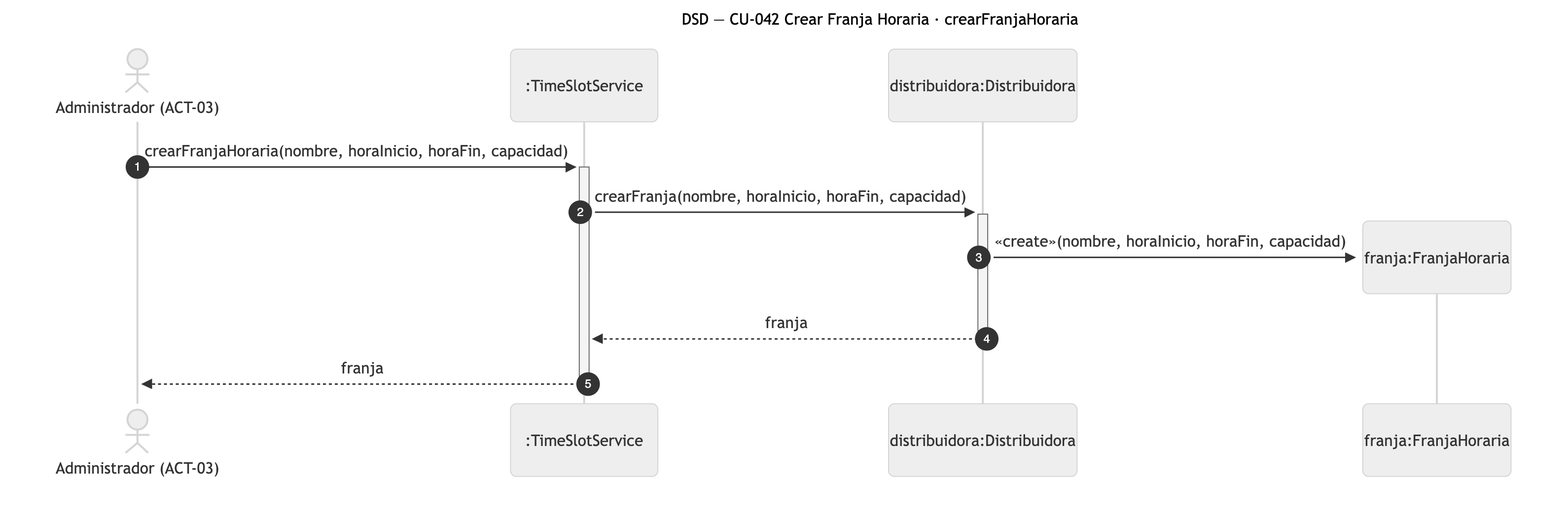
Above: diagramas/png/DSD_CU-042_crearFranjaHoraria.png in Nahuelito-Dev/splg-docs (Mermaid), before the change. Its source is kept beside it as diagramas/DSD_CU-042_crearFranjaHoraria.mmd. Source of this version:
```mermaid
sequenceDiagram
    title DSD — CU-042 Crear Franja Horaria · crearFranjaHoraria
    autonumber
    actor ADM as Administrador (ACT-03)
    participant SRV as :TimeSlotService
    participant DIS as distribuidora:Distribuidora

    ADM->>+SRV: crearFranjaHoraria(nombre, horaInicio, horaFin, capacidad)
    SRV->>+DIS: crearFranja(nombre, horaInicio, horaFin, capacidad)
    create participant FRA as franja:FranjaHoraria
    DIS->>FRA: «create»(nombre, horaInicio, horaFin, capacidad)
    DIS-->>-SRV: franja
    SRV-->>-ADM: franja
```
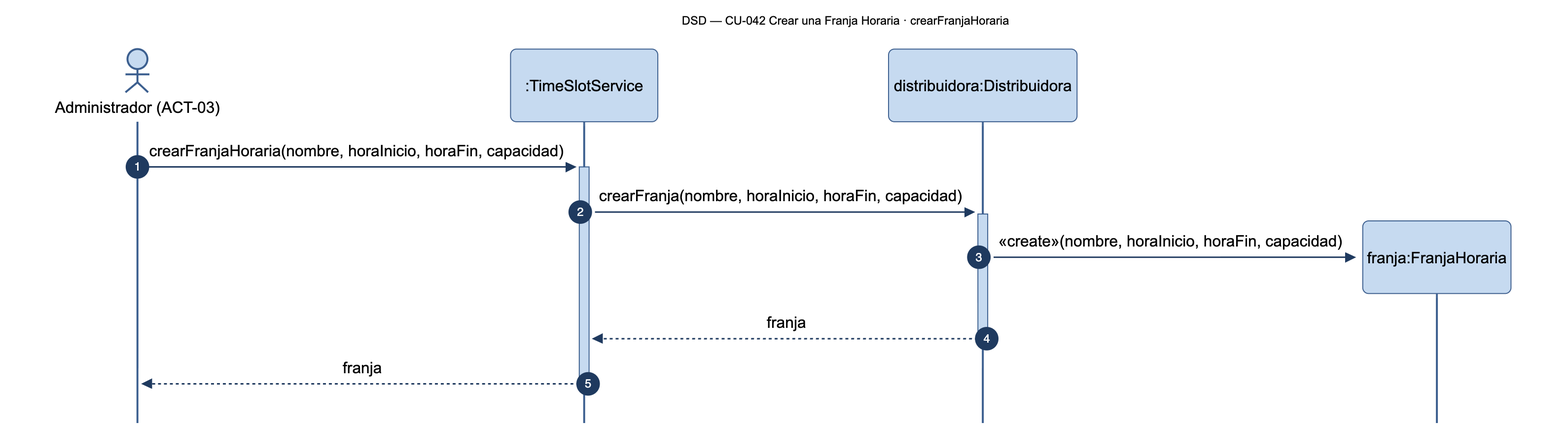
The same diagram one commit later.

Diff of the diagram source:
```diff
@@ -1,5 +1,5 @@
 sequenceDiagram
-    title DSD — CU-042 Crear Franja Horaria · crearFranjaHoraria
+    title DSD — CU-042 Crear una Franja Horaria · crearFranjaHoraria
     autonumber
     actor ADM as Administrador (ACT-03)
     participant SRV as :TimeSlotService
```
